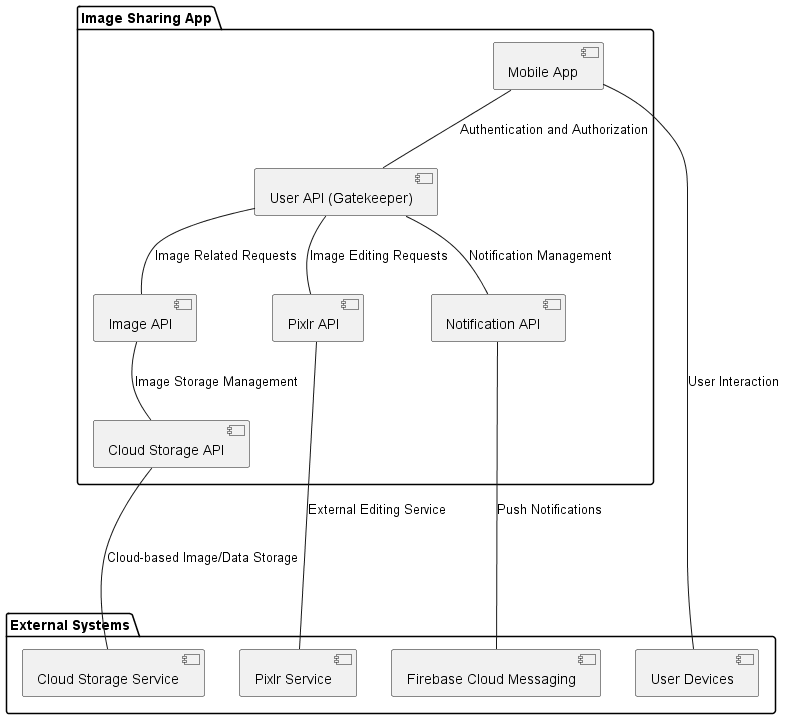
Before: arc42/images/techContext.png, a diagram exported from PlantUML (CMarquetand/swarc-material). Source of this version:
```plantuml
@startuml
top to bottom direction

package "Image Sharing App" {
    [User API (Gatekeeper)] as UserAPI
    [Image API] as ImageAPI
    [Pixlr API] as PixlrAPI
    [Cloud Storage API] as CloudStorageAPI
    [Notification API] as NotificationAPI
    [Mobile App] as MobileApp
}

package "External Systems" {
    [User Devices] as UserDevices
    [Pixlr Service] as PixlrService
    [Cloud Storage Service] as CloudStorageService
    [Firebase Cloud Messaging] as NotificationService
}

UserDevices -left- MobileApp : User Interaction
MobileApp -- UserAPI : Authentication and Authorization
UserAPI -- ImageAPI : Image Related Requests
UserAPI -- PixlrAPI : Image Editing Requests
UserAPI -- NotificationAPI : Notification Management

ImageAPI -- CloudStorageAPI : Image Storage Management
PixlrAPI -- PixlrService : External Editing Service
CloudStorageAPI --- CloudStorageService : Cloud-based Image/Data Storage
NotificationAPI -- NotificationService : Push Notifications

@enduml
```
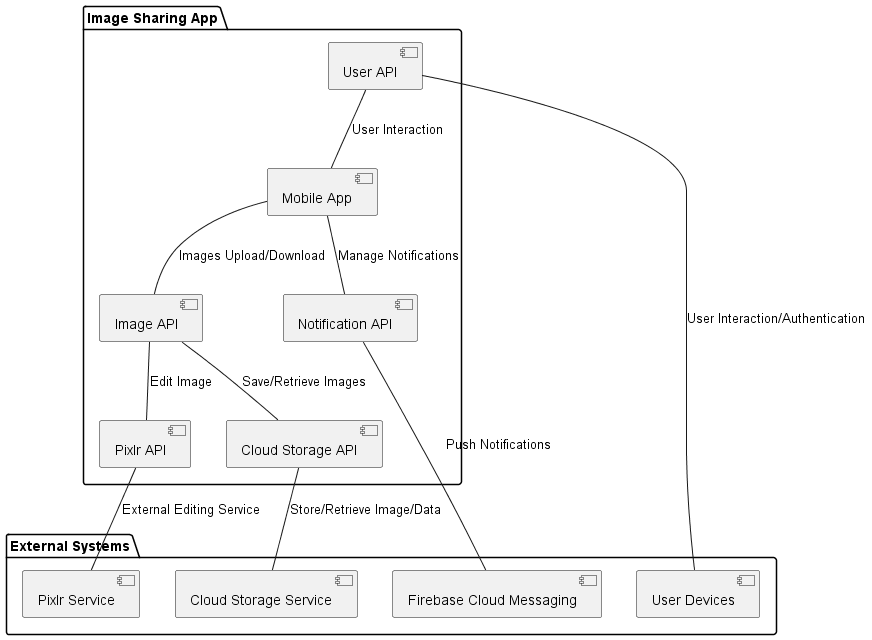
After the change.

Commit message:
adjust sequence diagrams and technical context without gatekeeper api

What changed in the source:
```diff
@@ -2,12 +2,12 @@
 top to bottom direction
 
 package "Image Sharing App" {
-    [User API (Gatekeeper)] as UserAPI
+    [Mobile App] as MobileApp
     [Image API] as ImageAPI
     [Pixlr API] as PixlrAPI
     [Cloud Storage API] as CloudStorageAPI
     [Notification API] as NotificationAPI
-    [Mobile App] as MobileApp
+    [User API] as UserAPI
 }
 
 package "External Systems" {
@@ -17,15 +17,15 @@
     [Firebase Cloud Messaging] as NotificationService
 }
 
-UserDevices -left- MobileApp : User Interaction
-MobileApp -- UserAPI : Authentication and Authorization
-UserAPI -- ImageAPI : Image Related Requests
-UserAPI -- PixlrAPI : Image Editing Requests
-UserAPI -- NotificationAPI : Notification Management
+UserDevices -- UserAPI : User Interaction/Authentication
+UserAPI -- MobileApp : User Interaction
+MobileApp -- ImageAPI : Images Upload/Download
+MobileApp -- NotificationAPI : Manage Notifications
 
-ImageAPI -- CloudStorageAPI : Image Storage Management
+ImageAPI -- PixlrAPI : Edit Image
+ImageAPI -- CloudStorageAPI : Save/Retrieve Images
 PixlrAPI -- PixlrService : External Editing Service
-CloudStorageAPI --- CloudStorageService : Cloud-based Image/Data Storage
+CloudStorageAPI -- CloudStorageService : Store/Retrieve Image/Data
 NotificationAPI -- NotificationService : Push Notifications
 
 @enduml
```
